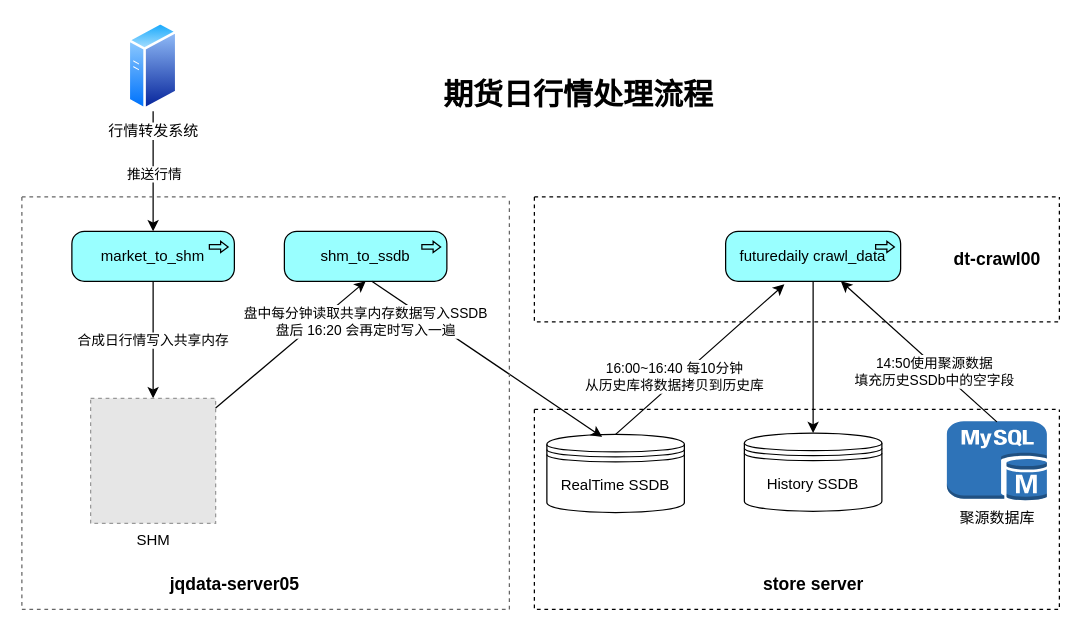
This is 未命名绘图.drawio from kuanghy/app-diagrams-repo, a draw.io file, before an edit. Source tidied: cells renumbered, new cells numbered last; positions are measured from the earlier drawing's top-left corner, leaving out a move shared by most shapes. Both pictures are drawn from the tidied source at 125%, with x=0, y=0 at pixel (21, 21). Pictures stored in the file or linked from it are replaced by grey dashed boxes.
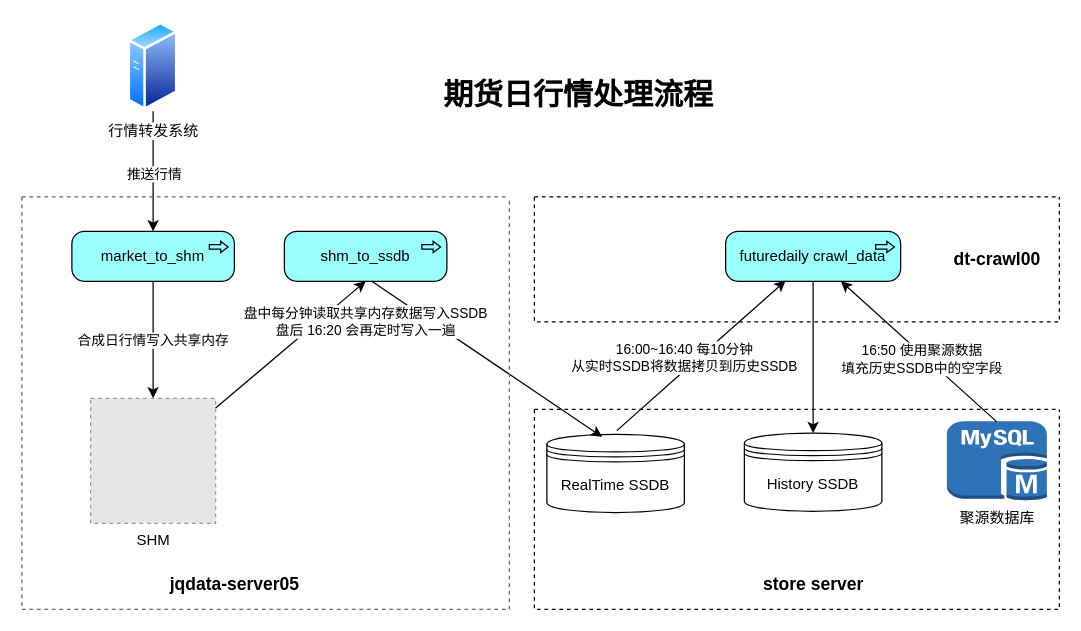
Above is the later version.

Commit message:
更新未命名绘图.drawio

Unchanged cells that the change refers to:
```xml
<mxCell id="9" value="RealTime SSDB" style="shape=datastore;whiteSpace=wrap;html=1;" parent="1" vertex="1">
  <mxGeometry x="420" y="330" width="110" height="62.5" as="geometry" />
</mxCell>
<mxCell id="14" value="futuredaily crawl_data" style="html=1;outlineConnect=0;whiteSpace=wrap;fillColor=#99ffff;shape=mxgraph.archimate3.application;appType=proc;archiType=rounded;" parent="1" vertex="1">
  <mxGeometry x="563" y="167.5" width="140" height="40" as="geometry" />
</mxCell>
```

What changed in the source:
```diff
@@
-    <mxCell id="18" value="16:00~16:40 每10分钟&lt;br&gt;从历史库将数据拷贝到历史库" style="endArrow=classic;html=1;exitX=0.5;exitY=0;exitDx=0;exitDy=0;" parent="1" edge="1" source="9">
-      <mxGeometry x="-0.27" y="3" relative="1" as="geometry">
-        <mxPoint x="610" y="210" as="targetPoint" />
+    <mxCell id="18" value="16:00~16:40 每10分钟&lt;br&gt;从实时SSDB将数据拷贝到历史SSDB" style="endArrow=classic;html=1;exitX=0.5;exitY=0;exitDx=0;exitDy=0;" parent="1" edge="1">
+      <mxGeometry x="-0.13" y="7" relative="1" as="geometry">
+        <mxPoint x="476" y="327" as="sourcePoint" />
+        <mxPoint x="611" y="207" as="targetPoint" />
+        <Array as="points">
+          <mxPoint x="540" y="270" />
+        </Array>
       </mxGeometry>
     </mxCell>
@@
-    <mxCell id="20" value="14:50使用聚源数据&lt;br&gt;填充历史SSDb中的空字段" style="endArrow=classic;html=1;" parent="1" edge="1" target="14">
-      <mxGeometry x="-0.24" y="4" relative="1" as="geometry">
+    <mxCell id="20" value="16:50 使用聚源数据&lt;br&gt;填充历史SSDB中的空字段" style="endArrow=classic;html=1;" parent="1" edge="1" target="14">
+      <mxGeometry x="-0.07" y="3" relative="1" as="geometry">
         <mxPoint x="780" y="320" as="sourcePoint" />
       </mxGeometry>
     </mxCell>
```
